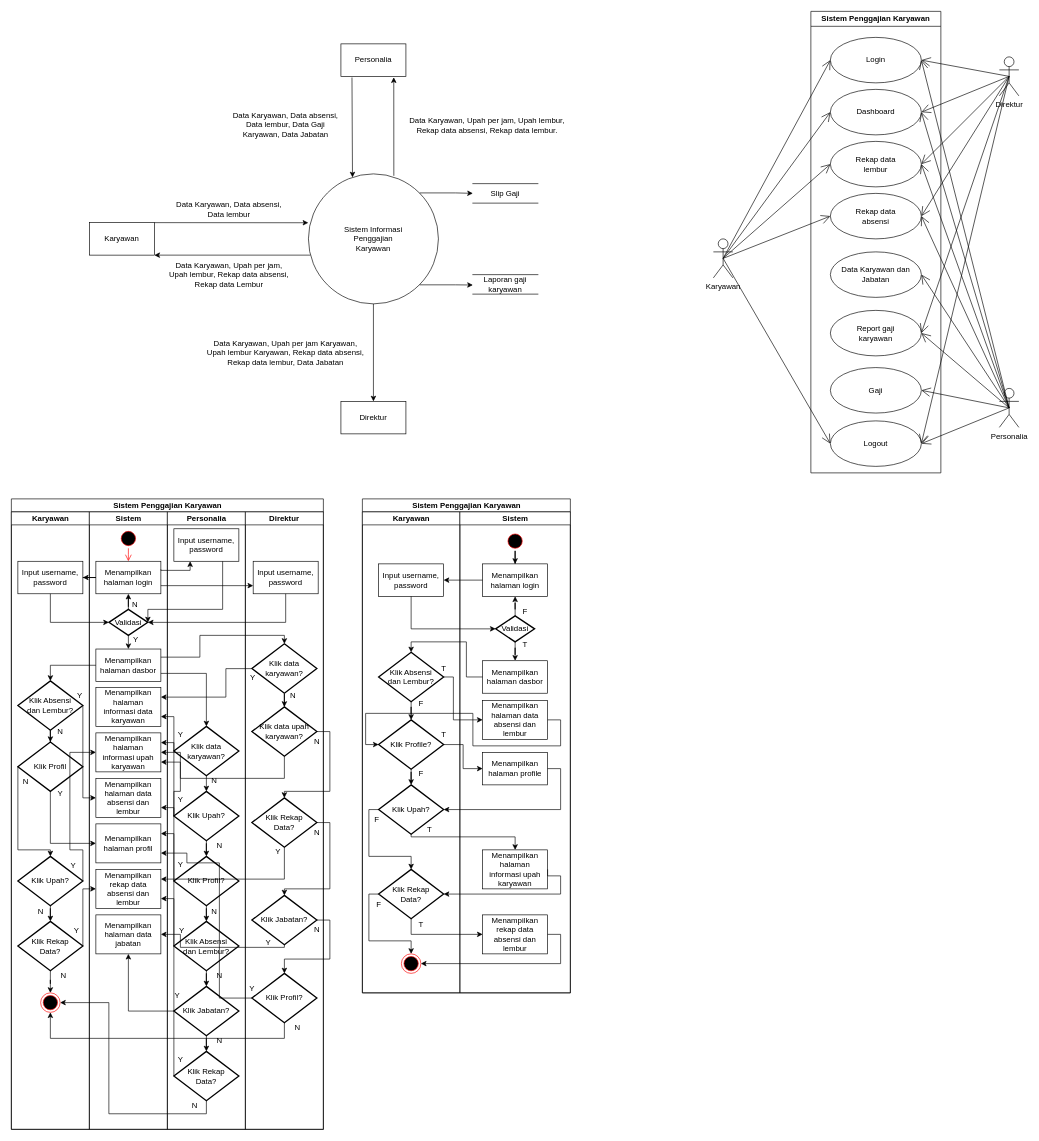
This is page "Halaman-1" (1 of 2) of DFD.drawio from dapzz-id/DrawIO, a draw.io file, before an edit. Source tidied: cells renumbered, new cells numbered last; positions are measured from the earlier drawing's top-left corner, leaving out a move shared by most shapes. Both pictures are drawn from the tidied source at 65%, with x=0, y=0 at pixel (11, 11).
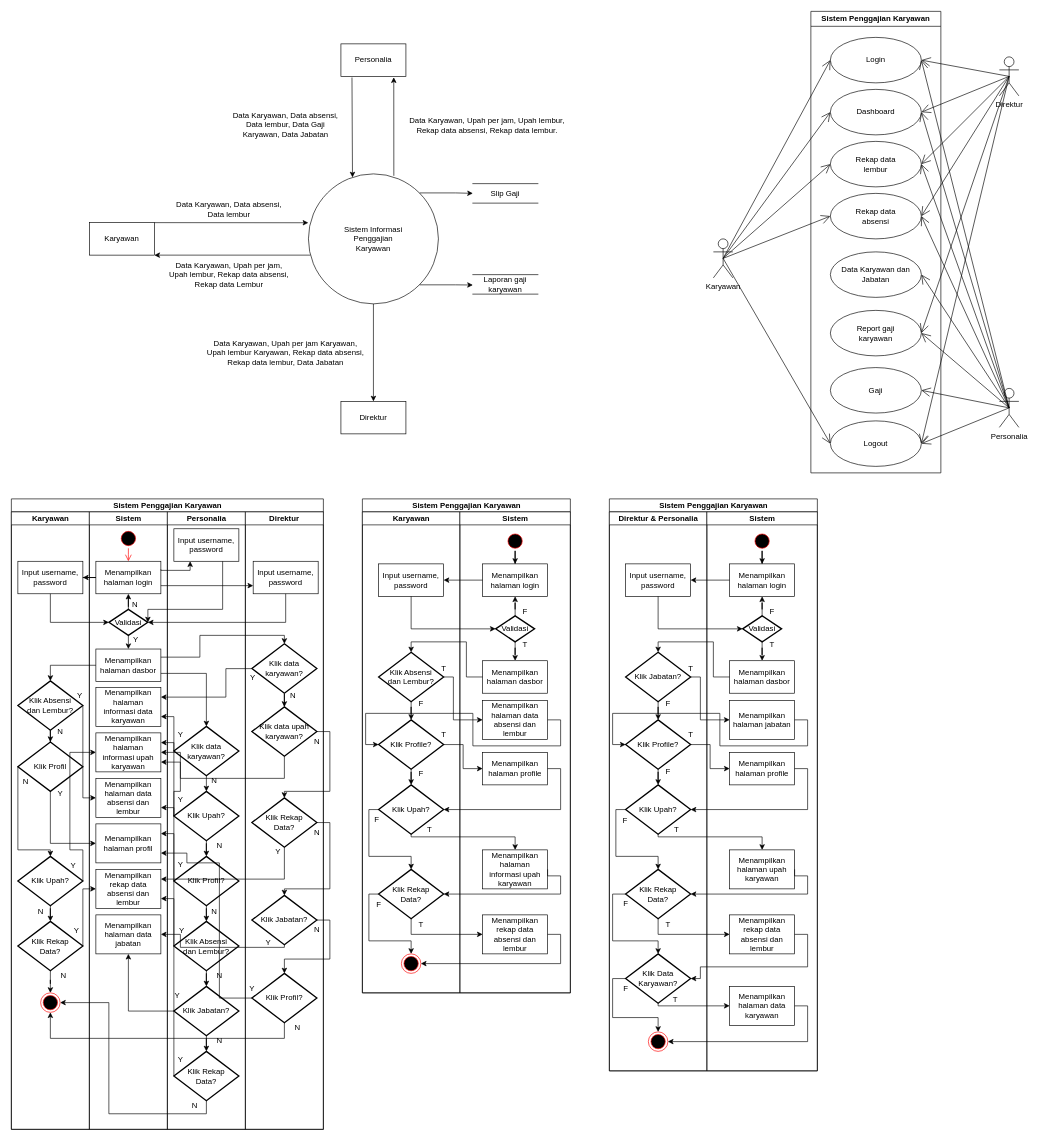
Above is the later version.

The edit, as a diff of the source:
```diff
@@
+    <mxCell id="204" value="Sistem Penggajian Karyawan" style="swimlane;startSize=20;html=1;" parent="1" vertex="1">
+      <mxGeometry x="920" y="750" width="320" height="880" as="geometry" />
+    </mxCell>
+    <mxCell id="205" value="Direktur &amp;amp; Personalia" style="swimlane;startSize=20;html=1;" parent="204" vertex="1">
+      <mxGeometry y="20" width="150" height="860" as="geometry" />
+    </mxCell>
+    <mxCell id="206" value="Input username, password" style="html=1;dashed=0;whiteSpace=wrap;" parent="205" vertex="1">
+      <mxGeometry x="25" y="80" width="100" height="50" as="geometry" />
+    </mxCell>
+    <mxCell id="207" style="edgeStyle=orthogonalEdgeStyle;rounded=0;jettySize=auto;html=1;" parent="205" edge="1" source="208" target="210">
+      <mxGeometry relative="1" as="geometry" />
+    </mxCell>
+    <mxCell id="208" value="Klik Jabatan?" style="strokeWidth=2;html=1;shape=mxgraph.flowchart.decision;whiteSpace=wrap;" parent="205" vertex="1">
+      <mxGeometry x="25" y="216" width="100" height="76" as="geometry" />
+    </mxCell>
+    <mxCell id="209" style="edgeStyle=orthogonalEdgeStyle;rounded=0;jettySize=auto;html=1;" parent="205" edge="1" source="210" target="211">
+      <mxGeometry relative="1" as="geometry" />
+    </mxCell>
+    <mxCell id="210" value="Klik Profile?" style="strokeWidth=2;html=1;shape=mxgraph.flowchart.decision;whiteSpace=wrap;" parent="205" vertex="1">
+      <mxGeometry x="25" y="320" width="100" height="76" as="geometry" />
+    </mxCell>
+    <mxCell id="211" value="Klik Upah?" style="strokeWidth=2;html=1;shape=mxgraph.flowchart.decision;whiteSpace=wrap;" parent="205" vertex="1">
+      <mxGeometry x="25" y="420" width="100" height="76" as="geometry" />
+    </mxCell>
+    <mxCell id="212" value="T" style="text;html=1;align=center;verticalAlign=middle;strokeColor=none;fillColor=none;" parent="205" vertex="1">
+      <mxGeometry x="110" y="328" width="30" height="30" as="geometry" />
+    </mxCell>
+    <mxCell id="213" value="T" style="text;html=1;align=center;verticalAlign=middle;strokeColor=none;fillColor=none;" parent="205" vertex="1">
+      <mxGeometry x="88" y="474" width="30" height="30" as="geometry" />
+    </mxCell>
+    <mxCell id="214" value="Klik Rekap&lt;div&gt;Data?&lt;/div&gt;" style="strokeWidth=2;html=1;shape=mxgraph.flowchart.decision;whiteSpace=wrap;" parent="205" vertex="1">
+      <mxGeometry x="25" y="550" width="100" height="76" as="geometry" />
+    </mxCell>
+    <mxCell id="215" style="edgeStyle=orthogonalEdgeStyle;rounded=0;jettySize=auto;html=1;exitX=0;exitY=0.5;exitDx=0;exitDy=0;exitPerimeter=0;entryX=0.5;entryY=0;entryDx=0;entryDy=0;entryPerimeter=0;" parent="205" edge="1" source="211" target="214">
+      <mxGeometry relative="1" as="geometry">
+        <Array as="points">
+          <mxPoint x="10" y="458" />
+          <mxPoint x="10" y="530" />
+          <mxPoint x="75" y="530" />
+        </Array>
+      </mxGeometry>
+    </mxCell>
+    <mxCell id="216" value="T" style="text;html=1;align=center;verticalAlign=middle;strokeColor=none;fillColor=none;" parent="205" vertex="1">
+      <mxGeometry x="75" y="620" width="30" height="30" as="geometry" />
+    </mxCell>
+    <mxCell id="217" style="ellipse;html=1;shape=endState;fillColor=#000000;strokeColor=#ff0000;" parent="205" vertex="1">
+      <mxGeometry x="60" y="800" width="30" height="30" as="geometry" />
+    </mxCell>
+    <mxCell id="218" value="F" style="text;html=1;align=center;verticalAlign=middle;strokeColor=none;fillColor=none;" parent="205" vertex="1">
+      <mxGeometry x="75" y="280" width="30" height="30" as="geometry" />
+    </mxCell>
+    <mxCell id="219" value="F" style="text;html=1;align=center;verticalAlign=middle;strokeColor=none;fillColor=none;" parent="205" vertex="1">
+      <mxGeometry x="10" y="588" width="30" height="30" as="geometry" />
+    </mxCell>
+    <mxCell id="220" value="T" style="text;html=1;align=center;verticalAlign=middle;strokeColor=none;fillColor=none;" parent="205" vertex="1">
+      <mxGeometry x="110" y="226" width="30" height="30" as="geometry" />
+    </mxCell>
+    <mxCell id="221" style="edgeStyle=orthogonalEdgeStyle;rounded=0;jettySize=auto;html=1;exitX=0;exitY=0.5;exitDx=0;exitDy=0;exitPerimeter=0;entryX=0.5;entryY=0;entryDx=0;entryDy=0;" parent="205" edge="1" source="222" target="217">
+      <mxGeometry relative="1" as="geometry" />
+    </mxCell>
+    <mxCell id="222" value="Klik Data Karyawan?" style="strokeWidth=2;html=1;shape=mxgraph.flowchart.decision;whiteSpace=wrap;" parent="205" vertex="1">
+      <mxGeometry x="25" y="680" width="100" height="76" as="geometry" />
+    </mxCell>
+    <mxCell id="223" style="edgeStyle=orthogonalEdgeStyle;rounded=0;jettySize=auto;html=1;exitX=0;exitY=0.5;exitDx=0;exitDy=0;exitPerimeter=0;entryX=0.5;entryY=0;entryDx=0;entryDy=0;entryPerimeter=0;" parent="205" edge="1" source="214" target="222">
+      <mxGeometry relative="1" as="geometry">
+        <Array as="points">
+          <mxPoint x="5" y="588" />
+          <mxPoint x="5" y="660" />
+          <mxPoint x="75" y="660" />
+        </Array>
+      </mxGeometry>
+    </mxCell>
+    <mxCell id="224" value="T" style="text;html=1;align=center;verticalAlign=middle;strokeColor=none;fillColor=none;" parent="205" vertex="1">
+      <mxGeometry x="86" y="735" width="30" height="30" as="geometry" />
+    </mxCell>
+    <mxCell id="225" value="F" style="text;html=1;align=center;verticalAlign=middle;strokeColor=none;fillColor=none;" parent="205" vertex="1">
+      <mxGeometry x="10" y="719" width="30" height="30" as="geometry" />
+    </mxCell>
+    <mxCell id="226" value="F" style="text;html=1;align=center;verticalAlign=middle;strokeColor=none;fillColor=none;" parent="205" vertex="1">
+      <mxGeometry x="75" y="384" width="30" height="30" as="geometry" />
+    </mxCell>
+    <mxCell id="227" value="F" style="text;html=1;align=center;verticalAlign=middle;strokeColor=none;fillColor=none;" parent="205" vertex="1">
+      <mxGeometry x="9" y="460" width="30" height="30" as="geometry" />
+    </mxCell>
+    <mxCell id="228" value="Sistem" style="swimlane;startSize=20;html=1;" parent="204" vertex="1">
+      <mxGeometry x="150" y="20" width="170" height="860" as="geometry" />
+    </mxCell>
+    <mxCell id="229" style="edgeStyle=orthogonalEdgeStyle;rounded=0;jettySize=auto;html=1;" parent="228" edge="1" source="230" target="231">
+      <mxGeometry relative="1" as="geometry" />
+    </mxCell>
+    <mxCell id="230" style="ellipse;html=1;shape=startState;fillColor=#000000;strokeColor=#ff0000;" parent="228" vertex="1">
+      <mxGeometry x="70" y="30" width="30" height="30" as="geometry" />
+    </mxCell>
+    <mxCell id="231" value="Menampilkan&lt;div&gt;halaman login&lt;/div&gt;" style="html=1;dashed=0;whiteSpace=wrap;" parent="228" vertex="1">
+      <mxGeometry x="35" y="80" width="100" height="50" as="geometry" />
+    </mxCell>
+    <mxCell id="232" style="edgeStyle=orthogonalEdgeStyle;rounded=0;jettySize=auto;html=1;" parent="228" edge="1" source="234" target="231">
+      <mxGeometry relative="1" as="geometry" />
+    </mxCell>
+    <mxCell id="233" style="edgeStyle=orthogonalEdgeStyle;rounded=0;jettySize=auto;html=1;" parent="228" edge="1" source="234" target="236">
+      <mxGeometry relative="1" as="geometry" />
+    </mxCell>
+    <mxCell id="234" value="Validasi" style="strokeWidth=2;html=1;shape=mxgraph.flowchart.decision;whiteSpace=wrap;" parent="228" vertex="1">
+      <mxGeometry x="55" y="160" width="60" height="40" as="geometry" />
+    </mxCell>
+    <mxCell id="235" value="F" style="text;html=1;align=center;verticalAlign=middle;strokeColor=none;fillColor=none;" parent="228" vertex="1">
+      <mxGeometry x="85" y="138" width="30" height="30" as="geometry" />
+    </mxCell>
+    <mxCell id="236" value="Menampilkan&lt;div&gt;halaman dasbor&lt;/div&gt;" style="html=1;dashed=0;whiteSpace=wrap;" parent="228" vertex="1">
+      <mxGeometry x="35" y="229" width="100" height="50" as="geometry" />
+    </mxCell>
+    <mxCell id="237" value="T" style="text;html=1;align=center;verticalAlign=middle;strokeColor=none;fillColor=none;" parent="228" vertex="1">
+      <mxGeometry x="85" y="190" width="30" height="30" as="geometry" />
+    </mxCell>
+    <mxCell id="238" value="Menampilkan&lt;div&gt;halaman profile&lt;/div&gt;" style="html=1;dashed=0;whiteSpace=wrap;" parent="228" vertex="1">
+      <mxGeometry x="35" y="370" width="100" height="50" as="geometry" />
+    </mxCell>
+    <mxCell id="239" value="Menampilkan&lt;div&gt;halaman upah&lt;/div&gt;&lt;div&gt;karyawan&lt;/div&gt;" style="html=1;dashed=0;whiteSpace=wrap;" parent="228" vertex="1">
+      <mxGeometry x="35" y="520" width="100" height="60" as="geometry" />
+    </mxCell>
+    <mxCell id="240" value="Menampilkan rekap data absensi dan lembur" style="html=1;dashed=0;whiteSpace=wrap;" parent="228" vertex="1">
+      <mxGeometry x="35" y="620" width="100" height="60" as="geometry" />
+    </mxCell>
+    <mxCell id="241" value="Menampilkan halaman jabatan" style="html=1;dashed=0;whiteSpace=wrap;" parent="228" vertex="1">
+      <mxGeometry x="35" y="290" width="100" height="60" as="geometry" />
+    </mxCell>
+    <mxCell id="242" value="Menampilkan halaman data karyawan" style="html=1;dashed=0;whiteSpace=wrap;" parent="228" vertex="1">
+      <mxGeometry x="35" y="730" width="100" height="60" as="geometry" />
+    </mxCell>
+    <mxCell id="243" style="edgeStyle=orthogonalEdgeStyle;rounded=0;jettySize=auto;html=1;" parent="204" edge="1" source="231" target="206">
+      <mxGeometry relative="1" as="geometry" />
+    </mxCell>
+    <mxCell id="244" style="edgeStyle=orthogonalEdgeStyle;rounded=0;jettySize=auto;html=1;exitX=0.5;exitY=1;exitDx=0;exitDy=0;entryX=0;entryY=0.5;entryDx=0;entryDy=0;entryPerimeter=0;" parent="204" edge="1" source="206" target="234">
+      <mxGeometry relative="1" as="geometry" />
+    </mxCell>
+    <mxCell id="245" style="edgeStyle=orthogonalEdgeStyle;rounded=0;jettySize=auto;html=1;" parent="204" edge="1" source="210" target="238">
+      <mxGeometry relative="1" as="geometry" />
+    </mxCell>
+    <mxCell id="246" style="edgeStyle=orthogonalEdgeStyle;rounded=0;jettySize=auto;html=1;exitX=1;exitY=0.5;exitDx=0;exitDy=0;entryX=1;entryY=0.5;entryDx=0;entryDy=0;entryPerimeter=0;" parent="204" edge="1" source="238" target="211">
+      <mxGeometry relative="1" as="geometry" />
+    </mxCell>
+    <mxCell id="247" style="edgeStyle=orthogonalEdgeStyle;rounded=0;jettySize=auto;html=1;exitX=0.5;exitY=1;exitDx=0;exitDy=0;exitPerimeter=0;entryX=0.5;entryY=0;entryDx=0;entryDy=0;" parent="204" edge="1" source="211" target="239">
+      <mxGeometry relative="1" as="geometry">
+        <Array as="points">
+          <mxPoint x="75" y="520" />
+          <mxPoint x="235" y="520" />
+        </Array>
+      </mxGeometry>
+    </mxCell>
+    <mxCell id="248" style="edgeStyle=orthogonalEdgeStyle;rounded=0;jettySize=auto;html=1;exitX=0;exitY=0.5;exitDx=0;exitDy=0;entryX=0.5;entryY=0;entryDx=0;entryDy=0;entryPerimeter=0;" parent="204" edge="1" source="236" target="208">
+      <mxGeometry relative="1" as="geometry">
+        <Array as="points">
+          <mxPoint x="160" y="274" />
+          <mxPoint x="160" y="220" />
+          <mxPoint x="75" y="220" />
+        </Array>
+      </mxGeometry>
+    </mxCell>
+    <mxCell id="249" style="edgeStyle=orthogonalEdgeStyle;rounded=0;jettySize=auto;html=1;exitX=1;exitY=0.5;exitDx=0;exitDy=0;exitPerimeter=0;entryX=0;entryY=0.5;entryDx=0;entryDy=0;" parent="204" edge="1" source="208" target="241">
+      <mxGeometry relative="1" as="geometry">
+        <Array as="points">
+          <mxPoint x="140" y="274" />
+          <mxPoint x="140" y="340" />
+        </Array>
+      </mxGeometry>
+    </mxCell>
+    <mxCell id="250" style="edgeStyle=orthogonalEdgeStyle;rounded=0;jettySize=auto;html=1;exitX=1;exitY=0.5;exitDx=0;exitDy=0;entryX=0;entryY=0.5;entryDx=0;entryDy=0;entryPerimeter=0;" parent="204" edge="1" source="241" target="210">
+      <mxGeometry relative="1" as="geometry">
+        <Array as="points">
+          <mxPoint x="305" y="340" />
+          <mxPoint x="305" y="380" />
+          <mxPoint x="170" y="380" />
+          <mxPoint x="170" y="330" />
+          <mxPoint x="5" y="330" />
+          <mxPoint x="5" y="378" />
+        </Array>
+      </mxGeometry>
+    </mxCell>
+    <mxCell id="251" style="edgeStyle=orthogonalEdgeStyle;rounded=0;jettySize=auto;html=1;exitX=1;exitY=0.5;exitDx=0;exitDy=0;entryX=1;entryY=0.5;entryDx=0;entryDy=0;entryPerimeter=0;" parent="204" edge="1" source="239" target="214">
+      <mxGeometry relative="1" as="geometry">
+        <Array as="points">
+          <mxPoint x="285" y="580" />
+          <mxPoint x="305" y="580" />
+          <mxPoint x="305" y="608" />
+        </Array>
+      </mxGeometry>
+    </mxCell>
+    <mxCell id="252" style="edgeStyle=orthogonalEdgeStyle;rounded=0;jettySize=auto;html=1;exitX=0.5;exitY=1;exitDx=0;exitDy=0;exitPerimeter=0;entryX=0;entryY=0.5;entryDx=0;entryDy=0;" parent="204" edge="1" source="214" target="240">
+      <mxGeometry relative="1" as="geometry" />
+    </mxCell>
+    <mxCell id="253" style="edgeStyle=orthogonalEdgeStyle;rounded=0;jettySize=auto;html=1;exitX=1;exitY=0.5;exitDx=0;exitDy=0;entryX=1;entryY=0.5;entryDx=0;entryDy=0;entryPerimeter=0;" parent="204" edge="1" source="240" target="222">
+      <mxGeometry relative="1" as="geometry">
+        <Array as="points">
+          <mxPoint x="305" y="670" />
+          <mxPoint x="305" y="720" />
+          <mxPoint x="140" y="720" />
+          <mxPoint x="140" y="738" />
+        </Array>
+      </mxGeometry>
+    </mxCell>
+    <mxCell id="254" style="edgeStyle=orthogonalEdgeStyle;rounded=0;jettySize=auto;html=1;exitX=0.5;exitY=1;exitDx=0;exitDy=0;exitPerimeter=0;entryX=0;entryY=0.5;entryDx=0;entryDy=0;" parent="204" edge="1" source="222" target="242">
+      <mxGeometry relative="1" as="geometry">
+        <Array as="points">
+          <mxPoint x="75" y="780" />
+        </Array>
+      </mxGeometry>
+    </mxCell>
+    <mxCell id="255" style="edgeStyle=orthogonalEdgeStyle;rounded=0;jettySize=auto;html=1;exitX=1;exitY=0.5;exitDx=0;exitDy=0;entryX=1;entryY=0.5;entryDx=0;entryDy=0;" parent="204" edge="1" source="242" target="217">
+      <mxGeometry relative="1" as="geometry" />
+    </mxCell>
```
